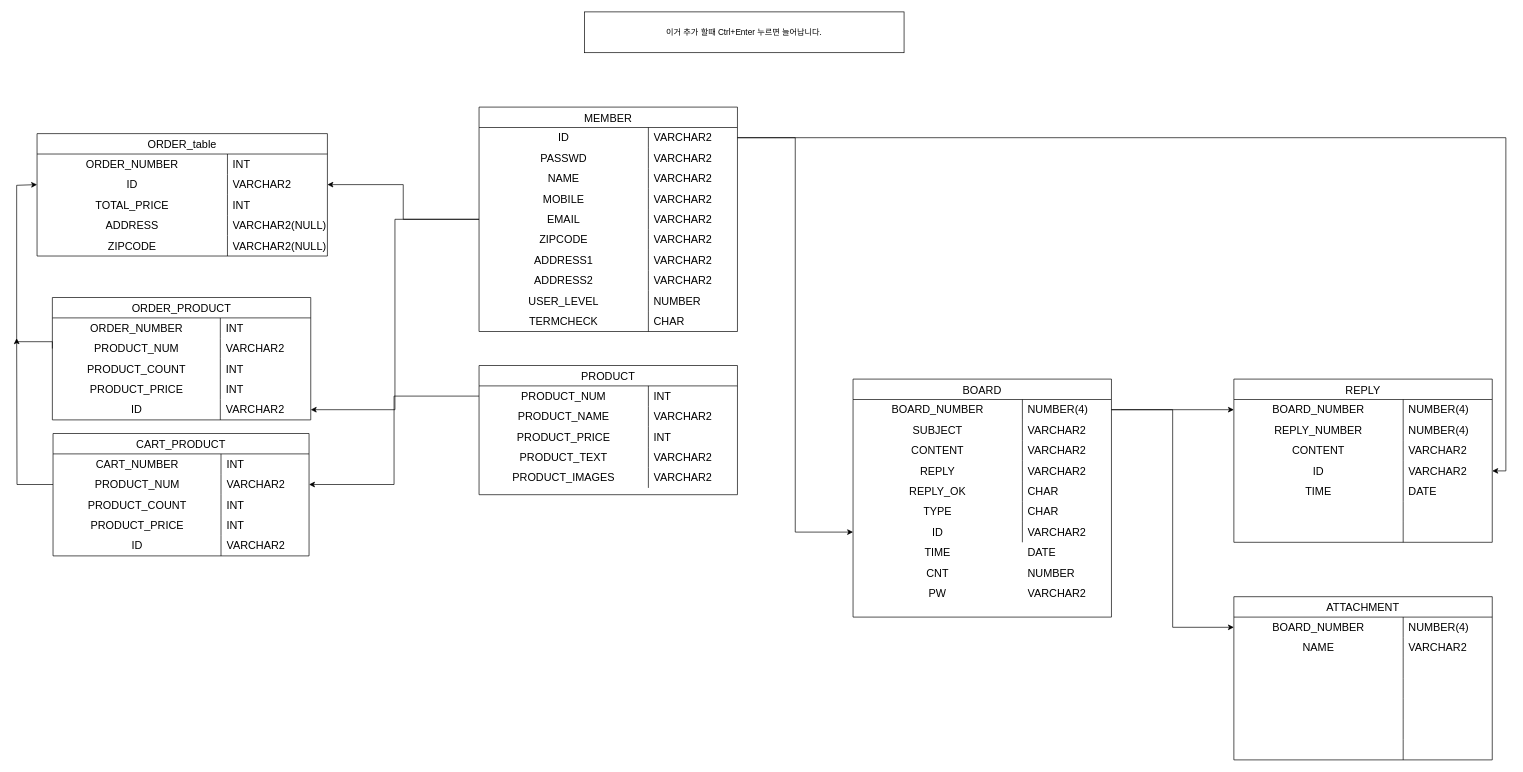
This is 제목 없는 다이어그램.drawio from Rookies13/Senanam, a draw.io file, before an edit. Source tidied: cells renumbered, new cells numbered last; positions are measured from the earlier drawing's top-left corner, leaving out a move shared by most shapes. Both pictures are drawn from the tidied source at 68%, with x=0, y=0 at pixel (16, 12).
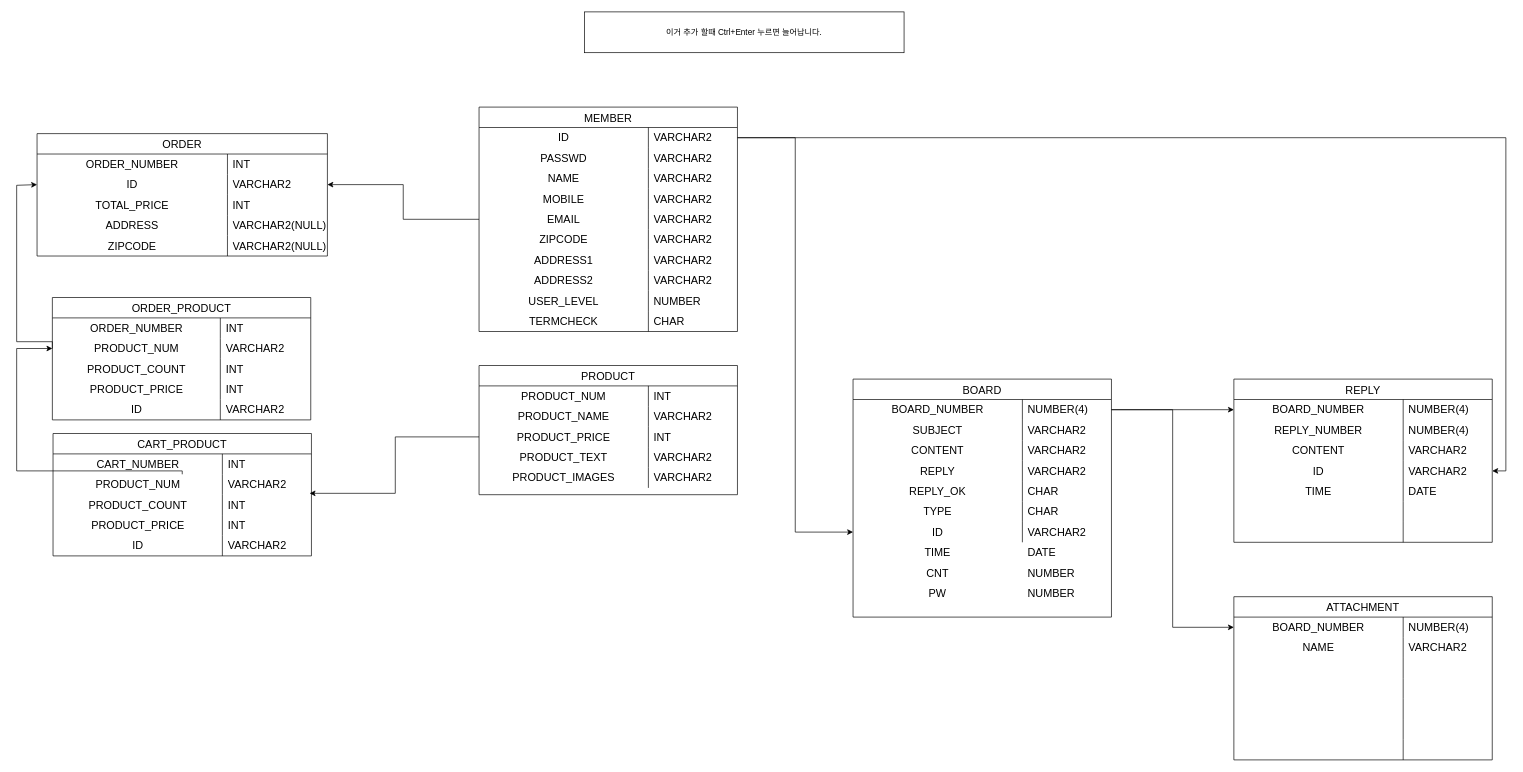
The same page after the edit.

Commit message:
제목 없는 다이어그램.drawio 업데이트

The change refers to these unchanged cells:
```xml
<mxCell id="15" style="shape=tableRow;horizontal=0;startSize=0;swimlaneHead=0;swimlaneBody=0;top=0;left=0;bottom=0;right=0;fillColor=none;points=[[0,0.5],[1,0.5]];portConstraint=eastwest;strokeColor=inherit;fontSize=16;" parent="2" vertex="1">
  <mxGeometry y="150" width="380" height="30" as="geometry" />
</mxCell>
<mxCell id="35" style="shape=tableRow;horizontal=0;startSize=0;swimlaneHead=0;swimlaneBody=0;top=0;left=0;bottom=0;right=0;fillColor=none;points=[[0,0.5],[1,0.5]];portConstraint=eastwest;strokeColor=inherit;fontSize=16;" parent="34" vertex="1">
  <mxGeometry y="30" width="380" height="30" as="geometry" />
</mxCell>
<mxCell id="41" style="shape=tableRow;horizontal=0;startSize=0;swimlaneHead=0;swimlaneBody=0;top=0;left=0;bottom=0;right=0;fillColor=none;points=[[0,0.5],[1,0.5]];portConstraint=eastwest;strokeColor=inherit;fontSize=16;" parent="34" vertex="1">
  <mxGeometry y="90" width="380" height="30" as="geometry" />
</mxCell>
<mxCell id="92" style="shape=tableRow;horizontal=0;startSize=0;swimlaneHead=0;swimlaneBody=0;top=0;left=0;bottom=0;right=0;fillColor=none;points=[[0,0.5],[1,0.5]];portConstraint=eastwest;strokeColor=inherit;fontSize=16;" parent="88" vertex="1">
  <mxGeometry y="60" width="380" height="30" as="geometry" />
</mxCell>
<mxCell id="101" style="shape=tableRow;horizontal=0;startSize=0;swimlaneHead=0;swimlaneBody=0;top=0;left=0;bottom=0;right=0;fillColor=none;points=[[0,0.5],[1,0.5]];portConstraint=eastwest;strokeColor=inherit;fontSize=16;" parent="88" vertex="1">
  <mxGeometry y="150" width="380" height="30" as="geometry" />
</mxCell>
```

Diff of the diagram source:
```diff
@@
-    <mxCell id="72" value="ORDER_table" style="shape=table;startSize=30;childLayout=tableLayout;rowLines=0;fontStyle=0;strokeColor=default;fontSize=16;" parent="1" vertex="1">
+    <mxCell id="72" value="ORDER" style="shape=table;startSize=30;childLayout=tableLayout;rowLines=0;fontStyle=0;strokeColor=default;fontSize=16;" parent="1" vertex="1">
       <mxGeometry x="30" y="179" width="427" height="180" as="geometry" />
     </mxCell>
@@
-    <mxCell id="136" value="VARCHAR2" style="shape=partialRectangle;html=1;whiteSpace=wrap;fillColor=none;top=0;left=0;bottom=0;right=0;align=left;spacingLeft=6;overflow=hidden;strokeColor=inherit;fontSize=16;" parent="1" vertex="1">
+    <mxCell id="136" value="NUMBER" style="shape=partialRectangle;html=1;whiteSpace=wrap;fillColor=none;top=0;left=0;bottom=0;right=0;align=left;spacingLeft=6;overflow=hidden;strokeColor=inherit;fontSize=16;" parent="1" vertex="1">
       <mxGeometry x="1479" y="840" width="131" height="30" as="geometry" />
     </mxCell>
@@
     <mxCell id="160" value="CART_PRODUCT" style="shape=table;startSize=30;childLayout=tableLayout;rowLines=0;fontStyle=0;strokeColor=default;fontSize=16;" parent="1" vertex="1">
-      <mxGeometry x="53.5" y="620" width="376.5" height="180" as="geometry" />
+      <mxGeometry x="53.5" y="620" width="380" height="180" as="geometry" />
     </mxCell>
     <mxCell id="161" style="shape=tableRow;horizontal=0;startSize=0;swimlaneHead=0;swimlaneBody=0;top=0;left=0;bottom=0;right=0;fillColor=none;strokeColor=inherit;fontSize=16;" parent="160" vertex="1">
-      <mxGeometry y="30" width="376.5" height="30" as="geometry" />
+      <mxGeometry y="30" width="380" height="30" as="geometry" />
     </mxCell>
     <mxCell id="162" value="CART_NUMBER" style="shape=partialRectangle;html=1;whiteSpace=wrap;fillColor=none;top=0;left=0;bottom=0;right=0;overflow=hidden;strokeColor=inherit;fontSize=16;" parent="161" vertex="1">
-      <mxGeometry width="247" height="30" as="geometry" />
+      <mxGeometry width="249" height="30" as="geometry" />
     </mxCell>
     <mxCell id="163" value="INT" style="shape=partialRectangle;html=1;whiteSpace=wrap;fillColor=none;top=0;left=0;bottom=0;right=0;align=left;spacingLeft=6;overflow=hidden;strokeColor=inherit;fontSize=16;" parent="161" vertex="1">
-      <mxGeometry x="247" width="130" height="30" as="geometry" />
+      <mxGeometry x="249" width="131" height="30" as="geometry" />
     </mxCell>
     <mxCell id="164" style="shape=tableRow;horizontal=0;startSize=0;swimlaneHead=0;swimlaneBody=0;top=0;left=0;bottom=0;right=0;fillColor=none;points=[[0,0.5],[1,0.5]];portConstraint=eastwest;strokeColor=inherit;fontSize=16;" parent="160" vertex="1">
-      <mxGeometry y="60" width="376.5" height="30" as="geometry" />
+      <mxGeometry y="60" width="380" height="30" as="geometry" />
     </mxCell>
     <mxCell id="165" value="PRODUCT_NUM" style="shape=partialRectangle;html=1;whiteSpace=wrap;fillColor=none;top=0;left=0;bottom=0;right=0;overflow=hidden;strokeColor=inherit;fontSize=16;" parent="164" vertex="1">
-      <mxGeometry width="247" height="30" as="geometry" />
+      <mxGeometry width="249" height="30" as="geometry" />
     </mxCell>
     <mxCell id="166" value="VARCHAR2" style="shape=partialRectangle;html=1;whiteSpace=wrap;fillColor=none;top=0;left=0;bottom=0;right=0;align=left;spacingLeft=6;overflow=hidden;strokeColor=inherit;fontSize=16;" parent="164" vertex="1">
-      <mxGeometry x="247" width="130" height="30" as="geometry" />
+      <mxGeometry x="249" width="131" height="30" as="geometry" />
     </mxCell>
     <mxCell id="167" style="shape=tableRow;horizontal=0;startSize=0;swimlaneHead=0;swimlaneBody=0;top=0;left=0;bottom=0;right=0;fillColor=none;points=[[0,0.5],[1,0.5]];portConstraint=eastwest;strokeColor=inherit;fontSize=16;" parent="160" vertex="1">
-      <mxGeometry y="90" width="376.5" height="30" as="geometry" />
+      <mxGeometry y="90" width="380" height="30" as="geometry" />
     </mxCell>
     <mxCell id="168" value="PRODUCT_COUNT" style="shape=partialRectangle;html=1;whiteSpace=wrap;fillColor=none;top=0;left=0;bottom=0;right=0;overflow=hidden;strokeColor=inherit;fontSize=16;" parent="167" vertex="1">
-      <mxGeometry width="247" height="30" as="geometry" />
+      <mxGeometry width="249" height="30" as="geometry" />
     </mxCell>
     <mxCell id="169" value="INT" style="shape=partialRectangle;html=1;whiteSpace=wrap;fillColor=none;top=0;left=0;bottom=0;right=0;align=left;spacingLeft=6;overflow=hidden;strokeColor=inherit;fontSize=16;" parent="167" vertex="1">
-      <mxGeometry x="247" width="130" height="30" as="geometry" />
+      <mxGeometry x="249" width="131" height="30" as="geometry" />
     </mxCell>
     <mxCell id="170" style="shape=tableRow;horizontal=0;startSize=0;swimlaneHead=0;swimlaneBody=0;top=0;left=0;bottom=0;right=0;fillColor=none;strokeColor=inherit;fontSize=16;" parent="160" vertex="1">
-      <mxGeometry y="120" width="376.5" height="30" as="geometry" />
+      <mxGeometry y="120" width="380" height="30" as="geometry" />
     </mxCell>
     <mxCell id="171" value="PRODUCT_PRICE" style="shape=partialRectangle;html=1;whiteSpace=wrap;fillColor=none;top=0;left=0;bottom=0;right=0;overflow=hidden;strokeColor=inherit;fontSize=16;" parent="170" vertex="1">
-      <mxGeometry width="247" height="30" as="geometry" />
+      <mxGeometry width="249" height="30" as="geometry" />
     </mxCell>
     <mxCell id="172" value="INT" style="shape=partialRectangle;html=1;whiteSpace=wrap;fillColor=none;top=0;left=0;bottom=0;right=0;align=left;spacingLeft=6;overflow=hidden;strokeColor=inherit;fontSize=16;" parent="170" vertex="1">
-      <mxGeometry x="247" width="130" height="30" as="geometry" />
+      <mxGeometry x="249" width="131" height="30" as="geometry" />
     </mxCell>
     <mxCell id="173" style="shape=tableRow;horizontal=0;startSize=0;swimlaneHead=0;swimlaneBody=0;top=0;left=0;bottom=0;right=0;fillColor=none;strokeColor=inherit;fontSize=16;" parent="160" vertex="1">
-      <mxGeometry y="150" width="376.5" height="30" as="geometry" />
+      <mxGeometry y="150" width="380" height="30" as="geometry" />
     </mxCell>
     <mxCell id="174" value="ID" style="shape=partialRectangle;html=1;whiteSpace=wrap;fillColor=none;top=0;left=0;bottom=0;right=0;overflow=hidden;strokeColor=inherit;fontSize=16;" parent="173" vertex="1">
-      <mxGeometry width="247" height="30" as="geometry" />
+      <mxGeometry width="249" height="30" as="geometry" />
     </mxCell>
     <mxCell id="175" value="VARCHAR2" style="shape=partialRectangle;html=1;whiteSpace=wrap;fillColor=none;top=0;left=0;bottom=0;right=0;align=left;spacingLeft=6;overflow=hidden;strokeColor=inherit;fontSize=16;" parent="173" vertex="1">
-      <mxGeometry x="247" width="130" height="30" as="geometry" />
+      <mxGeometry x="249" width="131" height="30" as="geometry" />
     </mxCell>
-    <mxCell id="176" style="edgeStyle=orthogonalEdgeStyle;rounded=0;jettySize=auto;html=1;entryX=1;entryY=0.5;entryDx=0;entryDy=0;" parent="1" edge="1" source="15" target="101">
-      <mxGeometry relative="1" as="geometry" />
-    </mxCell>
-    <mxCell id="177" style="edgeStyle=orthogonalEdgeStyle;rounded=0;jettySize=auto;html=1;exitX=0;exitY=0.5;exitDx=0;exitDy=0;entryX=1;entryY=0.5;entryDx=0;entryDy=0;" parent="1" edge="1" source="35" target="164">
-      <mxGeometry relative="1" as="geometry" />
-    </mxCell>
-    <mxCell id="178" style="edgeStyle=orthogonalEdgeStyle;rounded=0;jettySize=auto;html=1;" parent="1" edge="1" source="164">
-      <mxGeometry relative="1" as="geometry">
-        <mxPoint y="480" as="targetPoint" />
-      </mxGeometry>
-    </mxCell>
+    <mxCell id="179" style="edgeStyle=orthogonalEdgeStyle;rounded=0;jettySize=auto;html=1;entryX=0.993;entryY=-0.067;entryDx=0;entryDy=0;entryPerimeter=0;" parent="1" edge="1" source="41" target="167">
+      <mxGeometry relative="1" as="geometry" />
+    </mxCell>
+    <mxCell id="180" style="edgeStyle=orthogonalEdgeStyle;rounded=0;jettySize=auto;html=1;entryX=0;entryY=0.5;entryDx=0;entryDy=0;" parent="1" edge="1" source="164" target="92">
+      <mxGeometry relative="1" as="geometry">
+        <Array as="points">
+          <mxPoint y="675" />
+          <mxPoint y="495" />
+        </Array>
+      </mxGeometry>
+    </mxCell>
```
